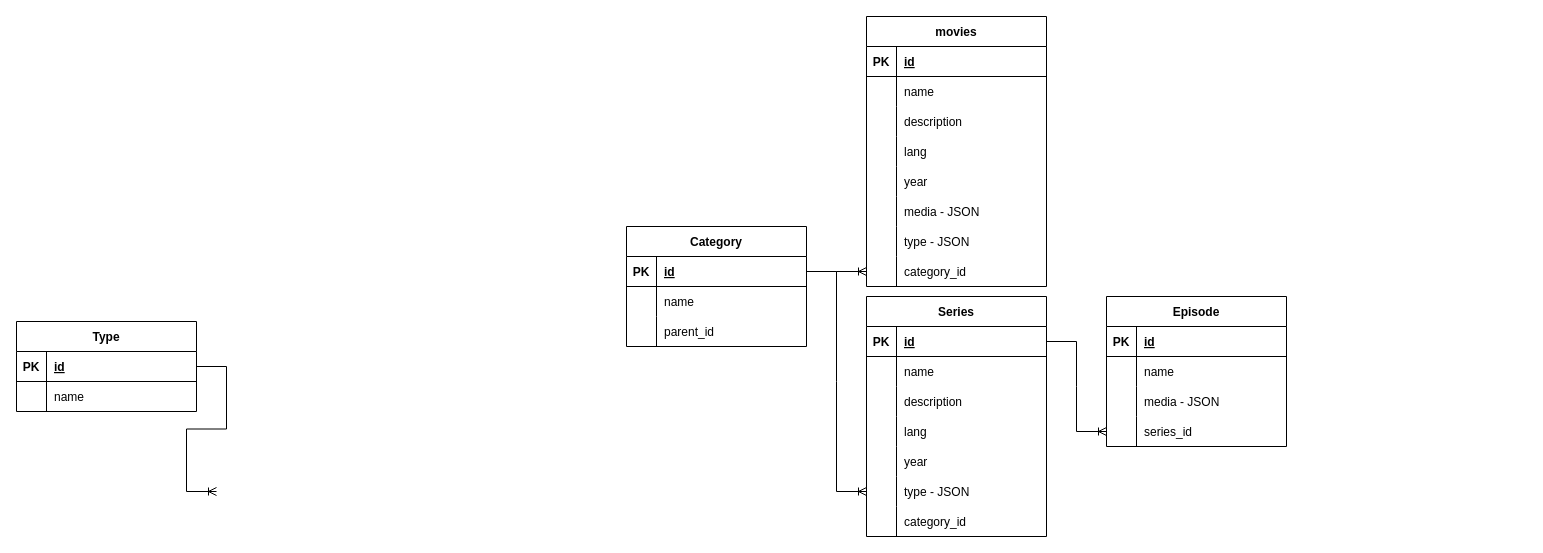
This is aflam.drawio from andrew-atef/andrew-atef, a draw.io file, before an edit. Source tidied: cells renumbered, new cells numbered last; positions are measured from the earlier drawing's top-left corner, leaving out a move shared by most shapes. Both pictures are drawn from the tidied source at 100%, with x=0, y=0 at pixel (16, 16).
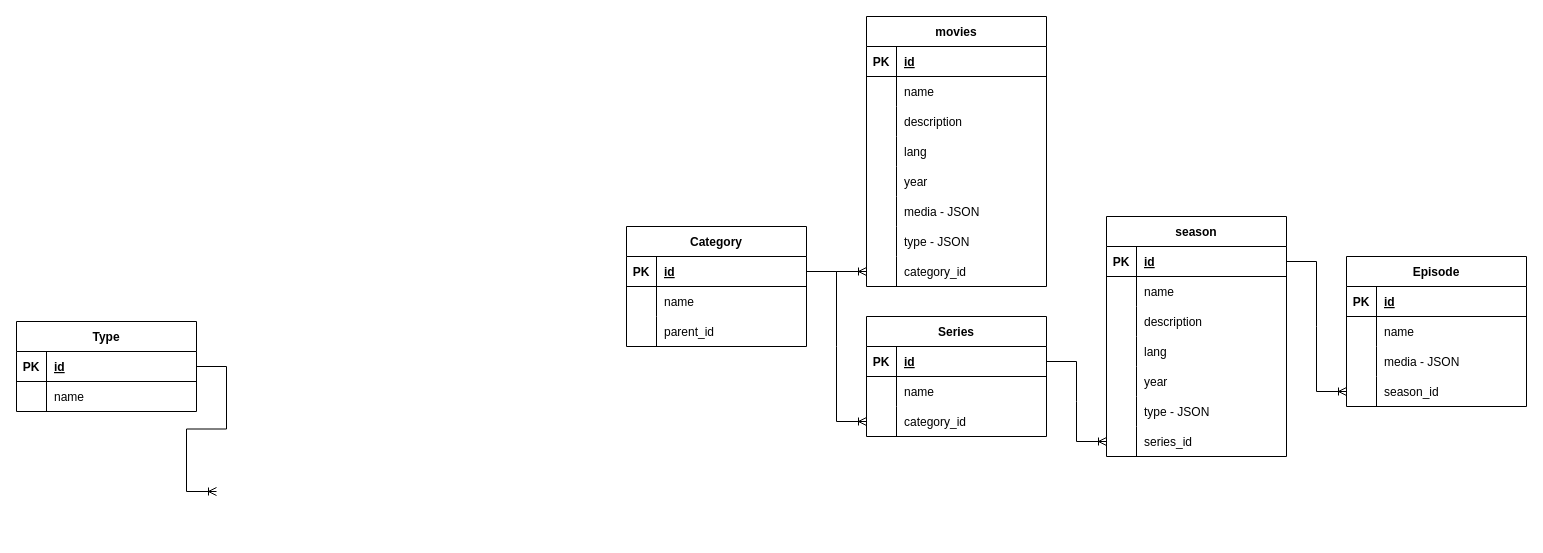
The same page after the edit.

Unchanged cells that the change refers to:
```xml
<mxCell id="28" style="shape=tableRow;horizontal=0;startSize=0;swimlaneHead=0;swimlaneBody=0;fillColor=none;points=[[0,0.5],[1,0.5]];portConstraint=eastwest;top=0;left=0;right=0;bottom=1;" parent="27" vertex="1">
  <mxGeometry y="30" width="180" height="30" as="geometry" />
</mxCell>
<mxCell id="47" style="shape=tableRow;horizontal=0;startSize=0;swimlaneHead=0;swimlaneBody=0;fillColor=none;points=[[0,0.5],[1,0.5]];portConstraint=eastwest;top=0;left=0;right=0;bottom=1;" parent="46" vertex="1">
  <mxGeometry y="30" width="180" height="30" as="geometry" />
</mxCell>
<mxCell id="62" style="shape=tableRow;horizontal=0;startSize=0;swimlaneHead=0;swimlaneBody=0;fillColor=none;points=[[0,0.5],[1,0.5]];portConstraint=eastwest;top=0;left=0;right=0;bottom=0;" parent="46" vertex="1">
  <mxGeometry y="180" width="180" height="30" as="geometry" />
</mxCell>
<mxCell id="65" style="shape=tableRow;horizontal=0;startSize=0;swimlaneHead=0;swimlaneBody=0;fillColor=none;points=[[0,0.5],[1,0.5]];portConstraint=eastwest;top=0;left=0;right=0;bottom=0;" parent="46" vertex="1">
  <mxGeometry y="210" width="180" height="30" as="geometry" />
</mxCell>
<mxCell id="69" style="shape=tableRow;horizontal=0;startSize=0;swimlaneHead=0;swimlaneBody=0;fillColor=none;points=[[0,0.5],[1,0.5]];portConstraint=eastwest;top=0;left=0;right=0;bottom=1;" parent="68" vertex="1">
  <mxGeometry y="30" width="180" height="30" as="geometry" />
</mxCell>
```

The edit, as a diff of the source:
```diff
@@
-    <mxCell id="46" value="Series" style="shape=table;startSize=30;childLayout=tableLayout;rowLines=0;fontStyle=1;align=center;" parent="1" vertex="1">
-      <mxGeometry x="850" y="280" width="180" height="240" as="geometry" />
+    <mxCell id="46" value="season" style="shape=table;startSize=30;childLayout=tableLayout;rowLines=0;fontStyle=1;align=center;" parent="1" vertex="1">
+      <mxGeometry x="1090" y="200" width="180" height="240" as="geometry" />
     </mxCell>
@@
-    <mxCell id="67" value="category_id" style="shape=partialRectangle;fillColor=none;top=0;left=0;bottom=0;right=0;align=left;spacingLeft=6;overflow=hidden;" parent="65" vertex="1">
+    <mxCell id="67" value="series_id" style="shape=partialRectangle;fillColor=none;top=0;left=0;bottom=0;right=0;align=left;spacingLeft=6;overflow=hidden;" parent="65" vertex="1">
       <mxGeometry x="30" width="150" height="30" as="geometry" />
     </mxCell>
-    <mxCell id="68" value="Episode" style="shape=table;startSize=30;childLayout=tableLayout;rowLines=0;fontStyle=1;align=center;" parent="1" vertex="1">
-      <mxGeometry x="1090" y="280" width="180" height="150" as="geometry" />
+    <mxCell id="68" value="Series" style="shape=table;startSize=30;childLayout=tableLayout;rowLines=0;fontStyle=1;align=center;" parent="1" vertex="1">
+      <mxGeometry x="850" y="300" width="180" height="120" as="geometry" />
     </mxCell>
@@
-    <mxCell id="75" style="shape=tableRow;horizontal=0;startSize=0;swimlaneHead=0;swimlaneBody=0;fillColor=none;top=0;left=0;right=0;bottom=0;" parent="68" vertex="1">
-      <mxGeometry y="90" width="180" height="30" as="geometry" />
-    </mxCell>
-    <mxCell id="76" style="shape=partialRectangle;fillColor=none;top=0;left=0;bottom=0;right=0;overflow=hidden;" parent="75" vertex="1">
-      <mxGeometry width="30" height="30" as="geometry" />
-    </mxCell>
-    <mxCell id="77" value="media - JSON" style="shape=partialRectangle;fillColor=none;top=0;left=0;bottom=0;right=0;align=left;spacingLeft=6;overflow=hidden;" parent="75" vertex="1">
-      <mxGeometry x="30" width="150" height="30" as="geometry" />
-    </mxCell>
     <mxCell id="78" style="shape=tableRow;horizontal=0;startSize=0;swimlaneHead=0;swimlaneBody=0;fillColor=none;points=[[0,0.5],[1,0.5]];portConstraint=eastwest;top=0;left=0;right=0;bottom=0;" parent="68" vertex="1">
-      <mxGeometry y="120" width="180" height="30" as="geometry" />
+      <mxGeometry y="90" width="180" height="30" as="geometry" />
     </mxCell>
@@
-    <mxCell id="80" value="series_id" style="shape=partialRectangle;fillColor=none;top=0;left=0;bottom=0;right=0;align=left;spacingLeft=6;overflow=hidden;" parent="78" vertex="1">
+    <mxCell id="80" value="category_id" style="shape=partialRectangle;fillColor=none;top=0;left=0;bottom=0;right=0;align=left;spacingLeft=6;overflow=hidden;" parent="78" vertex="1">
       <mxGeometry x="30" width="150" height="30" as="geometry" />
     </mxCell>
-    <mxCell id="81" style="edgeStyle=entityRelationEdgeStyle;fontSize=12;html=1;endArrow=ERoneToMany;rounded=0;exitX=1;exitY=0.5;exitDx=0;exitDy=0;" parent="1" edge="1" source="47" target="78">
-      <mxGeometry relative="1" as="geometry" />
-    </mxCell>
-    <mxCell id="82" style="edgeStyle=entityRelationEdgeStyle;fontSize=12;html=1;endArrow=ERoneToMany;rounded=0;exitX=1;exitY=0.5;exitDx=0;exitDy=0;entryX=0;entryY=0.5;entryDx=0;entryDy=0;" parent="1" edge="1" source="28" target="62">
+    <mxCell id="82" style="edgeStyle=entityRelationEdgeStyle;fontSize=12;html=1;endArrow=ERoneToMany;rounded=0;exitX=1;exitY=0.5;exitDx=0;exitDy=0;entryX=0;entryY=0.5;entryDx=0;entryDy=0;" parent="1" edge="1" source="28" target="78">
       <mxGeometry relative="1" as="geometry" />
     </mxCell>
+    <mxCell id="83" value="Episode" style="shape=table;startSize=30;childLayout=tableLayout;rowLines=0;fontStyle=1;align=center;" parent="1" vertex="1">
+      <mxGeometry x="1330" y="240" width="180" height="150" as="geometry" />
+    </mxCell>
+    <mxCell id="84" style="shape=tableRow;horizontal=0;startSize=0;swimlaneHead=0;swimlaneBody=0;fillColor=none;top=0;left=0;right=0;bottom=1;" parent="83" vertex="1">
+      <mxGeometry y="30" width="180" height="30" as="geometry" />
+    </mxCell>
+    <mxCell id="85" value="PK" style="shape=partialRectangle;fillColor=none;top=0;left=0;bottom=0;right=0;fontStyle=1;overflow=hidden;" parent="84" vertex="1">
+      <mxGeometry width="30" height="30" as="geometry" />
+    </mxCell>
+    <mxCell id="86" value="id" style="shape=partialRectangle;fillColor=none;top=0;left=0;bottom=0;right=0;align=left;spacingLeft=6;fontStyle=5;overflow=hidden;" parent="84" vertex="1">
+      <mxGeometry x="30" width="150" height="30" as="geometry" />
+    </mxCell>
+    <mxCell id="87" style="shape=tableRow;horizontal=0;startSize=0;swimlaneHead=0;swimlaneBody=0;fillColor=none;top=0;left=0;right=0;bottom=0;" parent="83" vertex="1">
+      <mxGeometry y="60" width="180" height="30" as="geometry" />
+    </mxCell>
+    <mxCell id="88" style="shape=partialRectangle;fillColor=none;top=0;left=0;bottom=0;right=0;overflow=hidden;" parent="87" vertex="1">
+      <mxGeometry width="30" height="30" as="geometry" />
+    </mxCell>
+    <mxCell id="89" value="name" style="shape=partialRectangle;fillColor=none;top=0;left=0;bottom=0;right=0;align=left;spacingLeft=6;overflow=hidden;" parent="87" vertex="1">
+      <mxGeometry x="30" width="150" height="30" as="geometry" />
+    </mxCell>
+    <mxCell id="75" style="shape=tableRow;horizontal=0;startSize=0;swimlaneHead=0;swimlaneBody=0;fillColor=none;top=0;left=0;right=0;bottom=0;" parent="83" vertex="1">
+      <mxGeometry y="90" width="180" height="30" as="geometry" />
+    </mxCell>
+    <mxCell id="90" style="shape=partialRectangle;fillColor=none;top=0;left=0;bottom=0;right=0;overflow=hidden;" parent="75" vertex="1">
+      <mxGeometry width="30" height="30" as="geometry" />
+    </mxCell>
+    <mxCell id="77" value="media - JSON" style="shape=partialRectangle;fillColor=none;top=0;left=0;bottom=0;right=0;align=left;spacingLeft=6;overflow=hidden;" parent="75" vertex="1">
+      <mxGeometry x="30" width="150" height="30" as="geometry" />
+    </mxCell>
+    <mxCell id="91" style="shape=tableRow;horizontal=0;startSize=0;swimlaneHead=0;swimlaneBody=0;fillColor=none;points=[[0,0.5],[1,0.5]];portConstraint=eastwest;top=0;left=0;right=0;bottom=0;" parent="83" vertex="1">
+      <mxGeometry y="120" width="180" height="30" as="geometry" />
+    </mxCell>
+    <mxCell id="92" style="shape=partialRectangle;fillColor=none;top=0;left=0;bottom=0;right=0;overflow=hidden;" parent="91" vertex="1">
+      <mxGeometry width="30" height="30" as="geometry" />
+    </mxCell>
+    <mxCell id="93" value="season_id" style="shape=partialRectangle;fillColor=none;top=0;left=0;bottom=0;right=0;align=left;spacingLeft=6;overflow=hidden;" parent="91" vertex="1">
+      <mxGeometry x="30" width="150" height="30" as="geometry" />
+    </mxCell>
+    <mxCell id="94" style="edgeStyle=entityRelationEdgeStyle;fontSize=12;html=1;endArrow=ERoneToMany;rounded=0;exitX=1;exitY=0.5;exitDx=0;exitDy=0;" parent="1" edge="1" source="47" target="91">
+      <mxGeometry relative="1" as="geometry" />
+    </mxCell>
+    <mxCell id="95" style="edgeStyle=entityRelationEdgeStyle;fontSize=12;html=1;endArrow=ERoneToMany;rounded=0;exitX=1;exitY=0.5;exitDx=0;exitDy=0;entryX=0;entryY=0.5;entryDx=0;entryDy=0;" parent="1" edge="1" source="69" target="65">
+      <mxGeometry relative="1" as="geometry" />
+    </mxCell>
```
